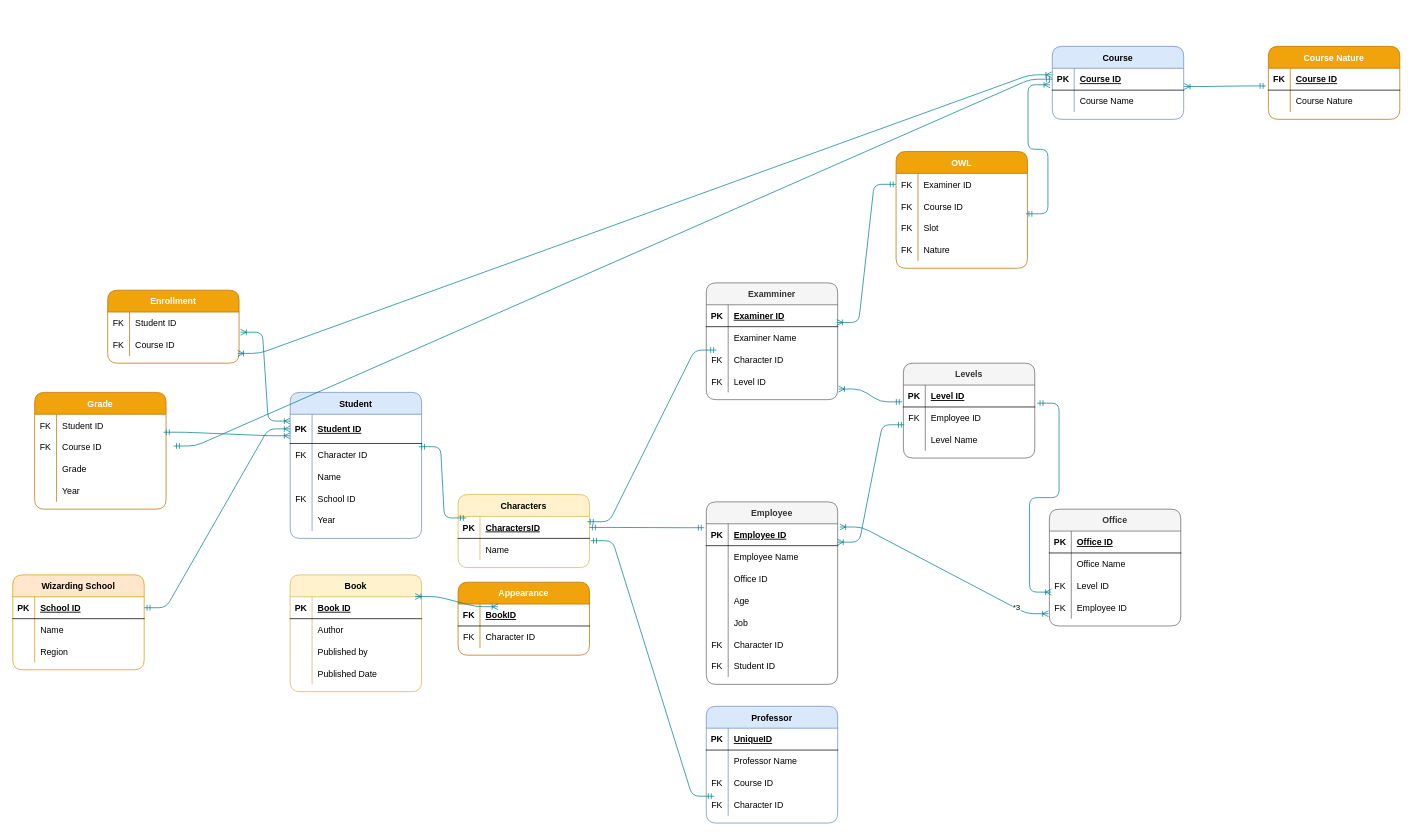
Earlier version of the draw.io diagram LabExam-ERD.drawio (mans00rahmed/Introduction-To-Databse-Lab). Source tidied: cells renumbered, new cells numbered last; positions are measured from the earlier drawing's top-left corner, leaving out a move shared by most shapes. Both pictures are drawn from the tidied source at 73%, with x=0, y=0 at pixel (12, 46).
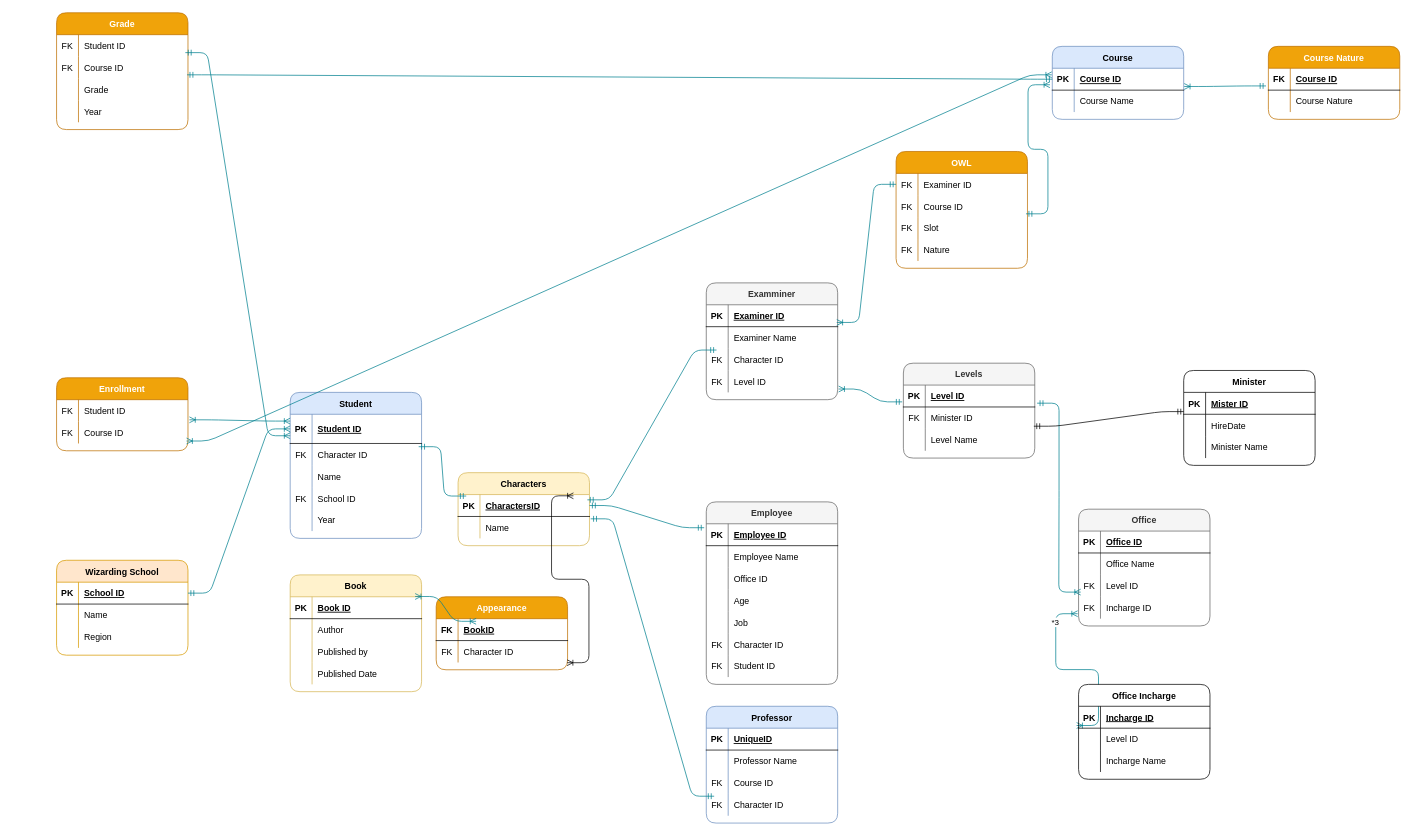
Above is the later version.

The change refers to these unchanged cells:
```xml
<mxCell id="29" style="shape=partialRectangle;fillColor=none;top=0;left=0;bottom=0;right=0;points=[[0,0.5],[1,0.5]];portConstraint=eastwest;rounded=1;" parent="25" vertex="1">
  <mxGeometry y="60" width="180" height="30" as="geometry" />
</mxCell>
<mxCell id="33" style="shape=partialRectangle;fillColor=none;top=0;left=0;bottom=1;right=0;points=[[0,0.5],[1,0.5]];portConstraint=eastwest;rounded=1;" parent="32" vertex="1">
  <mxGeometry y="30" width="180" height="30" as="geometry" />
</mxCell>
<mxCell id="56" style="shape=partialRectangle;fillColor=none;top=0;left=0;bottom=1;right=0;points=[[0,0.5],[1,0.5]];portConstraint=eastwest;rounded=1;" parent="55" vertex="1">
  <mxGeometry y="30" width="180" height="30" as="geometry" />
</mxCell>
<mxCell id="69" value="Professor" style="shape=table;startSize=30;childLayout=tableLayout;rowLines=0;fontStyle=1;align=center;fillColor=#dae8fc;strokeColor=#6c8ebf;rounded=1;" parent="1" vertex="1">
  <mxGeometry x="950" y="904" width="180" height="160" as="geometry" />
</mxCell>
<mxCell id="86" style="shape=partialRectangle;fillColor=none;top=0;left=0;bottom=0;right=0;points=[[0,0.5],[1,0.5]];portConstraint=eastwest;rounded=1;" parent="82" vertex="1">
  <mxGeometry y="60" width="180" height="30" as="geometry" />
</mxCell>
<mxCell id="99" style="shape=partialRectangle;fillColor=none;top=0;left=0;bottom=0;right=0;points=[[0,0.5],[1,0.5]];portConstraint=eastwest;rounded=1;" parent="95" vertex="1">
  <mxGeometry y="60" width="180" height="30" as="geometry" />
</mxCell>
<mxCell id="105" value="Employee" style="shape=table;startSize=30;childLayout=tableLayout;rowLines=0;fontStyle=1;align=center;fillColor=#f5f5f5;strokeColor=#666666;fontColor=#333333;rounded=1;" parent="1" vertex="1">
  <mxGeometry x="950" y="624" width="180" height="250" as="geometry" />
</mxCell>
<mxCell id="106" style="shape=partialRectangle;fillColor=none;top=0;left=0;bottom=1;right=0;points=[[0,0.5],[1,0.5]];portConstraint=eastwest;rounded=1;" parent="105" vertex="1">
  <mxGeometry y="30" width="180" height="30" as="geometry" />
</mxCell>
<mxCell id="137" style="shape=partialRectangle;fillColor=none;top=0;left=0;bottom=0;right=0;points=[[0,0.5],[1,0.5]];portConstraint=eastwest;rounded=1;" parent="127" vertex="1">
  <mxGeometry y="120" width="180" height="30" as="geometry" />
</mxCell>
<mxCell id="160" value="Examminer" style="shape=table;startSize=30;childLayout=tableLayout;rowLines=0;fontStyle=1;align=center;fillColor=#f5f5f5;strokeColor=#666666;fontColor=#333333;rounded=1;" parent="1" vertex="1">
  <mxGeometry x="950" y="324" width="180" height="160" as="geometry" />
</mxCell>
```

What changed in the source:
```diff
@@
     <mxCell id="2" value="Wizarding School" style="shape=table;startSize=30;childLayout=tableLayout;rowLines=0;fontStyle=1;align=center;fillColor=#ffe6cc;strokeColor=#d79b00;rounded=1;" parent="1" vertex="1">
-      <mxGeometry y="724" width="180" height="130" as="geometry" />
+      <mxGeometry x="60" y="704" width="180" height="130" as="geometry" />
     </mxCell>
@@
     <mxCell id="25" value="Appearance" style="shape=table;startSize=30;childLayout=tableLayout;rowLines=0;fontStyle=1;align=center;fillColor=#f0a30a;strokeColor=#BD7000;fontColor=#ffffff;rounded=1;" parent="1" vertex="1">
-      <mxGeometry x="610" y="734" width="180" height="100" as="geometry" />
+      <mxGeometry x="580" y="754" width="180" height="100" as="geometry" />
     </mxCell>
@@
     <mxCell id="32" value="Characters" style="shape=table;startSize=30;childLayout=tableLayout;rowLines=0;fontStyle=1;align=center;fillColor=#fff2cc;strokeColor=#d6b656;rounded=1;" parent="1" vertex="1">
-      <mxGeometry x="610" y="614" width="180" height="100" as="geometry" />
+      <mxGeometry x="610" y="584" width="180" height="100" as="geometry" />
     </mxCell>
@@
-    <mxCell id="76" style="shape=partialRectangle;fillColor=none;top=0;left=0;bottom=0;right=0;rounded=0;sketch=0;strokeColor=#028090;fontColor=#E4FDE1;" parent="69" vertex="1">
+    <mxCell id="76" style="shape=partialRectangle;fillColor=none;top=0;left=0;bottom=0;right=0;sketch=0;strokeColor=#028090;fontColor=#E4FDE1;rounded=1;" parent="69" vertex="1">
       <mxGeometry y="90" width="180" height="30" as="geometry" />
     </mxCell>
-    <mxCell id="77" value="FK" style="shape=partialRectangle;fillColor=none;top=0;left=0;bottom=0;right=0;fontStyle=0;overflow=hidden;" parent="76" vertex="1">
+    <mxCell id="77" value="FK" style="shape=partialRectangle;fillColor=none;top=0;left=0;bottom=0;right=0;fontStyle=0;overflow=hidden;rounded=1;" parent="76" vertex="1">
       <mxGeometry width="30" height="30" as="geometry" />
     </mxCell>
-    <mxCell id="78" value="Course ID" style="shape=partialRectangle;fillColor=none;top=0;left=0;bottom=0;right=0;align=left;spacingLeft=6;fontStyle=0;overflow=hidden;" parent="76" vertex="1">
+    <mxCell id="78" value="Course ID" style="shape=partialRectangle;fillColor=none;top=0;left=0;bottom=0;right=0;align=left;spacingLeft=6;fontStyle=0;overflow=hidden;rounded=1;" parent="76" vertex="1">
       <mxGeometry x="30" width="150" height="30" as="geometry" />
     </mxCell>
@@
     <mxCell id="82" value="Grade" style="shape=table;startSize=30;childLayout=tableLayout;rowLines=0;fontStyle=1;align=center;fillColor=#f0a30a;strokeColor=#BD7000;fontColor=#ffffff;rounded=1;" parent="1" vertex="1">
-      <mxGeometry x="30" y="474" width="180" height="160" as="geometry" />
+      <mxGeometry x="60" y="-46" width="180" height="160" as="geometry" />
     </mxCell>
@@
-    <mxCell id="101" value="Employee ID" style="shape=partialRectangle;fillColor=none;top=0;left=0;bottom=0;right=0;align=left;spacingLeft=6;fontStyle=0;overflow=hidden;rounded=1;" parent="99" vertex="1">
+    <mxCell id="101" value="Minister ID" style="shape=partialRectangle;fillColor=none;top=0;left=0;bottom=0;right=0;align=left;spacingLeft=6;fontStyle=0;overflow=hidden;rounded=1;" parent="99" vertex="1">
       <mxGeometry x="30" width="150" height="30" as="geometry" />
     </mxCell>
@@
-    <mxCell id="121" style="shape=partialRectangle;fillColor=none;top=0;left=0;bottom=0;right=0;rounded=0;sketch=0;strokeColor=#028090;fontColor=#E4FDE1;" parent="105" vertex="1">
+    <mxCell id="121" style="shape=partialRectangle;fillColor=none;top=0;left=0;bottom=0;right=0;sketch=0;strokeColor=#028090;fontColor=#E4FDE1;rounded=1;" parent="105" vertex="1">
       <mxGeometry y="180" width="180" height="30" as="geometry" />
     </mxCell>
-    <mxCell id="122" value="FK" style="shape=partialRectangle;fillColor=none;top=0;left=0;bottom=0;right=0;fontStyle=0;overflow=hidden;" parent="121" vertex="1">
+    <mxCell id="122" value="FK" style="shape=partialRectangle;fillColor=none;top=0;left=0;bottom=0;right=0;fontStyle=0;overflow=hidden;rounded=1;" parent="121" vertex="1">
       <mxGeometry width="30" height="30" as="geometry" />
     </mxCell>
-    <mxCell id="123" value="Character ID" style="shape=partialRectangle;fillColor=none;top=0;left=0;bottom=0;right=0;align=left;spacingLeft=6;fontStyle=0;overflow=hidden;" parent="121" vertex="1">
+    <mxCell id="123" value="Character ID" style="shape=partialRectangle;fillColor=none;top=0;left=0;bottom=0;right=0;align=left;spacingLeft=6;fontStyle=0;overflow=hidden;rounded=1;" parent="121" vertex="1">
       <mxGeometry x="30" width="150" height="30" as="geometry" />
     </mxCell>
@@
     <mxCell id="127" value="Office" style="shape=table;startSize=30;childLayout=tableLayout;rowLines=0;fontStyle=1;align=center;fillColor=#f5f5f5;strokeColor=#666666;fontColor=#333333;rounded=1;" parent="1" vertex="1">
-      <mxGeometry x="1420" y="634" width="180" height="160" as="geometry" />
+      <mxGeometry x="1460" y="634" width="180" height="160" as="geometry" />
     </mxCell>
@@
-    <mxCell id="139" value="Employee ID" style="shape=partialRectangle;fillColor=none;top=0;left=0;bottom=0;right=0;align=left;spacingLeft=6;overflow=hidden;rounded=1;" parent="137" vertex="1">
+    <mxCell id="139" value="Incharge ID" style="shape=partialRectangle;fillColor=none;top=0;left=0;bottom=0;right=0;align=left;spacingLeft=6;overflow=hidden;rounded=1;" parent="137" vertex="1">
       <mxGeometry x="30" width="150" height="30" as="geometry" />
     </mxCell>
     <mxCell id="140" value="Enrollment" style="shape=table;startSize=30;childLayout=tableLayout;rowLines=0;fontStyle=1;align=center;fillColor=#f0a30a;strokeColor=#BD7000;fontColor=#ffffff;rounded=1;" parent="1" vertex="1">
-      <mxGeometry x="130" y="334" width="180" height="100" as="geometry" />
+      <mxGeometry x="60" y="454" width="180" height="100" as="geometry" />
     </mxCell>
@@
-    <mxCell id="167" style="shape=partialRectangle;fillColor=none;top=0;left=0;bottom=0;right=0;points=[[0,0.5],[1,0.5]];portConstraint=eastwest;rounded=0;sketch=0;strokeColor=#028090;fontColor=#E4FDE1;" parent="160" vertex="1">
+    <mxCell id="167" style="shape=partialRectangle;fillColor=none;top=0;left=0;bottom=0;right=0;points=[[0,0.5],[1,0.5]];portConstraint=eastwest;sketch=0;strokeColor=#028090;fontColor=#E4FDE1;rounded=1;" parent="160" vertex="1">
       <mxGeometry y="90" width="180" height="30" as="geometry" />
     </mxCell>
-    <mxCell id="168" value="FK" style="shape=partialRectangle;fillColor=none;top=0;left=0;bottom=0;right=0;fontStyle=0;overflow=hidden;" parent="167" vertex="1">
+    <mxCell id="168" value="FK" style="shape=partialRectangle;fillColor=none;top=0;left=0;bottom=0;right=0;fontStyle=0;overflow=hidden;rounded=1;" parent="167" vertex="1">
       <mxGeometry width="30" height="30" as="geometry" />
     </mxCell>
-    <mxCell id="169" value="Character ID" style="shape=partialRectangle;fillColor=none;top=0;left=0;bottom=0;right=0;align=left;spacingLeft=6;fontStyle=0;overflow=hidden;" parent="167" vertex="1">
+    <mxCell id="169" value="Character ID" style="shape=partialRectangle;fillColor=none;top=0;left=0;bottom=0;right=0;align=left;spacingLeft=6;fontStyle=0;overflow=hidden;rounded=1;" parent="167" vertex="1">
       <mxGeometry x="30" width="150" height="30" as="geometry" />
     </mxCell>
@@
-    <mxCell id="179" style="edgeStyle=entityRelationEdgeStyle;fontSize=12;html=1;endArrow=ERoneToMany;startArrow=ERoneToMany;strokeColor=#028090;fillColor=#F45B69;exitX=-0.007;exitY=0.773;exitDx=0;exitDy=0;exitPerimeter=0;entryX=1.016;entryY=0.147;entryDx=0;entryDy=0;entryPerimeter=0;" parent="1" edge="1" source="137" target="106">
+    <mxCell id="179" style="edgeStyle=entityRelationEdgeStyle;fontSize=12;html=1;endArrow=ERoneToMany;startArrow=ERoneToMany;strokeColor=#028090;fillColor=#F45B69;exitX=-0.007;exitY=0.773;exitDx=0;exitDy=0;exitPerimeter=0;entryX=-0.015;entryY=0.878;entryDx=0;entryDy=0;entryPerimeter=0;" parent="1" edge="1" source="137" target="192">
       <mxGeometry relative="1" as="geometry" />
     </mxCell>
-    <mxCell id="180" value="*3" style="edgeLabel;html=1;align=center;verticalAlign=middle;" parent="179" vertex="1">
+    <mxCell id="180" value="*3" style="edgeLabel;html=1;align=center;verticalAlign=middle;rounded=1;" parent="179" vertex="1">
       <mxGeometry x="-0.7" y="-1" relative="1" as="geometry" />
     </mxCell>
-    <mxCell id="181" style="edgeStyle=entityRelationEdgeStyle;fontSize=12;html=1;endArrow=ERoneToMany;startArrow=ERmandOne;strokeColor=#028090;fillColor=#F45B69;entryX=0.998;entryY=0.84;entryDx=0;entryDy=0;entryPerimeter=0;exitX=0.007;exitY=0.813;exitDx=0;exitDy=0;exitPerimeter=0;" parent="1" edge="1" source="99" target="106">
-      <mxGeometry relative="1" as="geometry" />
-    </mxCell>
@@
-    <mxCell id="190" style="edgeStyle=entityRelationEdgeStyle;fontSize=12;html=1;endArrow=ERmandOne;startArrow=ERmandOne;strokeColor=#028090;fillColor=#F45B69;entryX=0;entryY=0.5;entryDx=0;entryDy=0;exitX=1.057;exitY=0.448;exitDx=0;exitDy=0;exitPerimeter=0;" parent="1" edge="1" source="86" target="56">
+    <mxCell id="190" style="edgeStyle=entityRelationEdgeStyle;fontSize=12;html=1;endArrow=ERmandOne;startArrow=ERmandOne;strokeColor=#028090;fillColor=#F45B69;entryX=0;entryY=0.5;entryDx=0;entryDy=0;exitX=0.993;exitY=0.833;exitDx=0;exitDy=0;exitPerimeter=0;" parent="1" edge="1" source="86" target="56">
       <mxGeometry relative="1" as="geometry" />
     </mxCell>
+    <mxCell id="191" value="Office Incharge" style="shape=table;startSize=30;childLayout=tableLayout;rowLines=0;fontStyle=1;align=center;rounded=1;" parent="1" vertex="1">
+      <mxGeometry x="1460" y="874" width="180" height="130" as="geometry" />
+    </mxCell>
+    <mxCell id="192" style="shape=partialRectangle;fillColor=none;top=0;left=0;bottom=1;right=0;points=[[0,0.5],[1,0.5]];portConstraint=eastwest;rounded=1;" parent="191" vertex="1">
+      <mxGeometry y="30" width="180" height="30" as="geometry" />
+    </mxCell>
+    <mxCell id="193" value="PK" style="shape=partialRectangle;fillColor=none;top=0;left=0;bottom=0;right=0;fontStyle=1;overflow=hidden;rounded=1;" parent="192" vertex="1">
+      <mxGeometry width="30" height="30" as="geometry" />
+    </mxCell>
+    <mxCell id="194" value="Incharge ID" style="shape=partialRectangle;fillColor=none;top=0;left=0;bottom=0;right=0;align=left;spacingLeft=6;fontStyle=5;overflow=hidden;rounded=1;" parent="192" vertex="1">
+      <mxGeometry x="30" width="150" height="30" as="geometry" />
+    </mxCell>
+    <mxCell id="195" style="shape=partialRectangle;fillColor=none;top=0;left=0;bottom=0;right=0;rounded=1;" parent="191" vertex="1">
+      <mxGeometry y="60" width="180" height="30" as="geometry" />
+    </mxCell>
+    <mxCell id="196" style="shape=partialRectangle;fillColor=none;top=0;left=0;bottom=0;right=0;overflow=hidden;" parent="195" vertex="1">
+      <mxGeometry width="30" height="30" as="geometry" />
+    </mxCell>
+    <mxCell id="197" value="Level ID" style="shape=partialRectangle;fillColor=none;top=0;left=0;bottom=0;right=0;align=left;spacingLeft=6;overflow=hidden;" parent="195" vertex="1">
+      <mxGeometry x="30" width="150" height="30" as="geometry" />
+    </mxCell>
+    <mxCell id="198" style="shape=partialRectangle;fillColor=none;top=0;left=0;bottom=0;right=0;rounded=1;" parent="191" vertex="1">
+      <mxGeometry y="90" width="180" height="30" as="geometry" />
+    </mxCell>
+    <mxCell id="199" style="shape=partialRectangle;fillColor=none;top=0;left=0;bottom=0;right=0;overflow=hidden;rounded=1;" parent="198" vertex="1">
+      <mxGeometry width="30" height="30" as="geometry" />
+    </mxCell>
+    <mxCell id="200" value="Incharge Name" style="shape=partialRectangle;fillColor=none;top=0;left=0;bottom=0;right=0;align=left;spacingLeft=6;overflow=hidden;rounded=1;" parent="198" vertex="1">
+      <mxGeometry x="30" width="150" height="30" as="geometry" />
+    </mxCell>
+    <mxCell id="201" value="Minister" style="shape=table;startSize=30;childLayout=tableLayout;rowLines=0;fontStyle=1;align=center;rounded=1;" parent="1" vertex="1">
+      <mxGeometry x="1604" y="444" width="180" height="130" as="geometry" />
+    </mxCell>
+    <mxCell id="202" style="shape=partialRectangle;fillColor=none;top=0;left=0;bottom=1;right=0;points=[[0,0.5],[1,0.5]];portConstraint=eastwest;rounded=1;" parent="201" vertex="1">
+      <mxGeometry y="30" width="180" height="30" as="geometry" />
+    </mxCell>
+    <mxCell id="203" value="PK" style="shape=partialRectangle;fillColor=none;top=0;left=0;bottom=0;right=0;fontStyle=1;overflow=hidden;rounded=1;" parent="202" vertex="1">
+      <mxGeometry width="30" height="30" as="geometry" />
+    </mxCell>
+    <mxCell id="204" value="Mister ID" style="shape=partialRectangle;fillColor=none;top=0;left=0;bottom=0;right=0;align=left;spacingLeft=6;fontStyle=5;overflow=hidden;rounded=1;" parent="202" vertex="1">
+      <mxGeometry x="30" width="150" height="30" as="geometry" />
+    </mxCell>
+    <mxCell id="205" style="shape=partialRectangle;fillColor=none;top=0;left=0;bottom=0;right=0;rounded=1;" parent="201" vertex="1">
+      <mxGeometry y="60" width="180" height="30" as="geometry" />
+    </mxCell>
+    <mxCell id="206" style="shape=partialRectangle;fillColor=none;top=0;left=0;bottom=0;right=0;overflow=hidden;" parent="205" vertex="1">
+      <mxGeometry width="30" height="30" as="geometry" />
+    </mxCell>
+    <mxCell id="207" value="HireDate" style="shape=partialRectangle;fillColor=none;top=0;left=0;bottom=0;right=0;align=left;spacingLeft=6;overflow=hidden;" parent="205" vertex="1">
+      <mxGeometry x="30" width="150" height="30" as="geometry" />
+    </mxCell>
+    <mxCell id="208" style="shape=partialRectangle;fillColor=none;top=0;left=0;bottom=0;right=0;rounded=1;" parent="201" vertex="1">
+      <mxGeometry y="90" width="180" height="30" as="geometry" />
+    </mxCell>
+    <mxCell id="209" style="shape=partialRectangle;fillColor=none;top=0;left=0;bottom=0;right=0;overflow=hidden;rounded=1;" parent="208" vertex="1">
+      <mxGeometry width="30" height="30" as="geometry" />
+    </mxCell>
+    <mxCell id="210" value="Minister Name" style="shape=partialRectangle;fillColor=none;top=0;left=0;bottom=0;right=0;align=left;spacingLeft=6;overflow=hidden;rounded=1;" parent="208" vertex="1">
+      <mxGeometry x="30" width="150" height="30" as="geometry" />
+    </mxCell>
+    <mxCell id="211" style="edgeStyle=entityRelationEdgeStyle;fontSize=12;html=1;endArrow=ERoneToMany;startArrow=ERoneToMany;exitX=0.996;exitY=1.011;exitDx=0;exitDy=0;exitPerimeter=0;entryX=0.878;entryY=0.056;entryDx=0;entryDy=0;entryPerimeter=0;" parent="1" edge="1" source="29" target="33">
+      <mxGeometry relative="1" as="geometry" />
+    </mxCell>
+    <mxCell id="212" style="edgeStyle=entityRelationEdgeStyle;fontSize=12;html=1;endArrow=ERmandOne;startArrow=ERmandOne;entryX=0.993;entryY=0.878;entryDx=0;entryDy=0;entryPerimeter=0;exitX=0;exitY=0.878;exitDx=0;exitDy=0;exitPerimeter=0;" parent="1" edge="1" source="202" target="99">
+      <mxGeometry relative="1" as="geometry" />
+    </mxCell>
```
